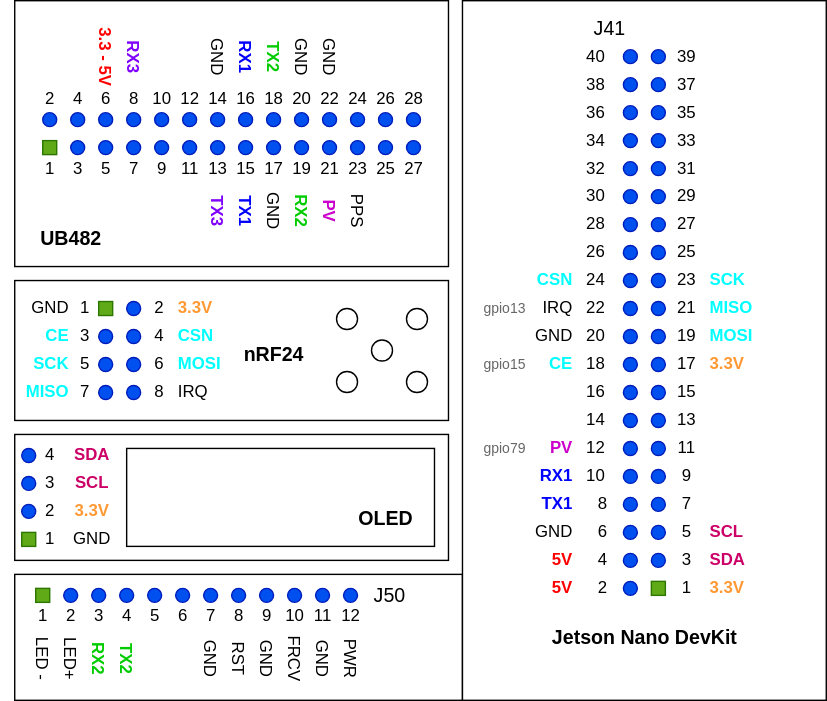
Earlier version of the draw.io export docs/design/rover-wiring.drawio.svg (mfkiwl/lidar-mapping-poc). Source tidied: cells renumbered, new cells last; positions are measured from the earlier drawing's top-left corner, leaving out a move shared by most shapes.
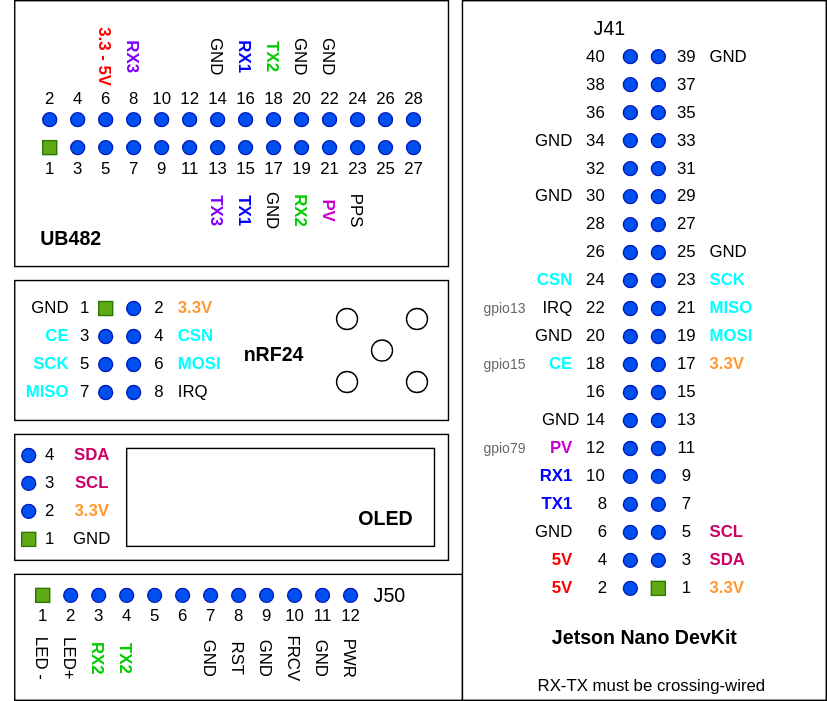
Later version of the same file.

Diff of the diagram source:
```diff
@@ -779,5 +779,23 @@
     <mxCell id="260" value="&lt;b&gt;&lt;font color=&quot;#cc00cc&quot;&gt;PV&lt;/font&gt;&lt;/b&gt;" style="text;html=1;align=right;verticalAlign=middle;strokeColor=none;" parent="1" vertex="1">
       <mxGeometry x="380" y="310" width="30" height="20" as="geometry" />
     </mxCell>
+    <mxCell id="261" value="GND" style="text;html=1;align=right;verticalAlign=middle;strokeColor=none;" parent="1" vertex="1">
+      <mxGeometry x="375" y="290" width="40" height="20" as="geometry" />
+    </mxCell>
+    <mxCell id="262" value="GND" style="text;html=1;align=right;verticalAlign=middle;strokeColor=none;" parent="1" vertex="1">
+      <mxGeometry x="370" y="130" width="40" height="20" as="geometry" />
+    </mxCell>
+    <mxCell id="263" value="GND" style="text;html=1;align=right;verticalAlign=middle;strokeColor=none;" parent="1" vertex="1">
+      <mxGeometry x="370" y="90" width="40" height="20" as="geometry" />
+    </mxCell>
+    <mxCell id="264" value="GND" style="text;html=1;align=left;verticalAlign=middle;strokeColor=none;" parent="1" vertex="1">
+      <mxGeometry x="505" y="170" width="40" height="20" as="geometry" />
+    </mxCell>
+    <mxCell id="265" value="GND" style="text;html=1;align=left;verticalAlign=middle;strokeColor=none;" parent="1" vertex="1">
+      <mxGeometry x="505" y="30" width="40" height="20" as="geometry" />
+    </mxCell>
+    <mxCell id="266" value="RX-TX must be crossing-wired" style="text;html=1;align=center;verticalAlign=middle;strokeColor=none;" parent="1" vertex="1">
+      <mxGeometry x="375" y="480" width="180" height="20" as="geometry" />
+    </mxCell>
   </root>
 </mxGraphModel>
```
